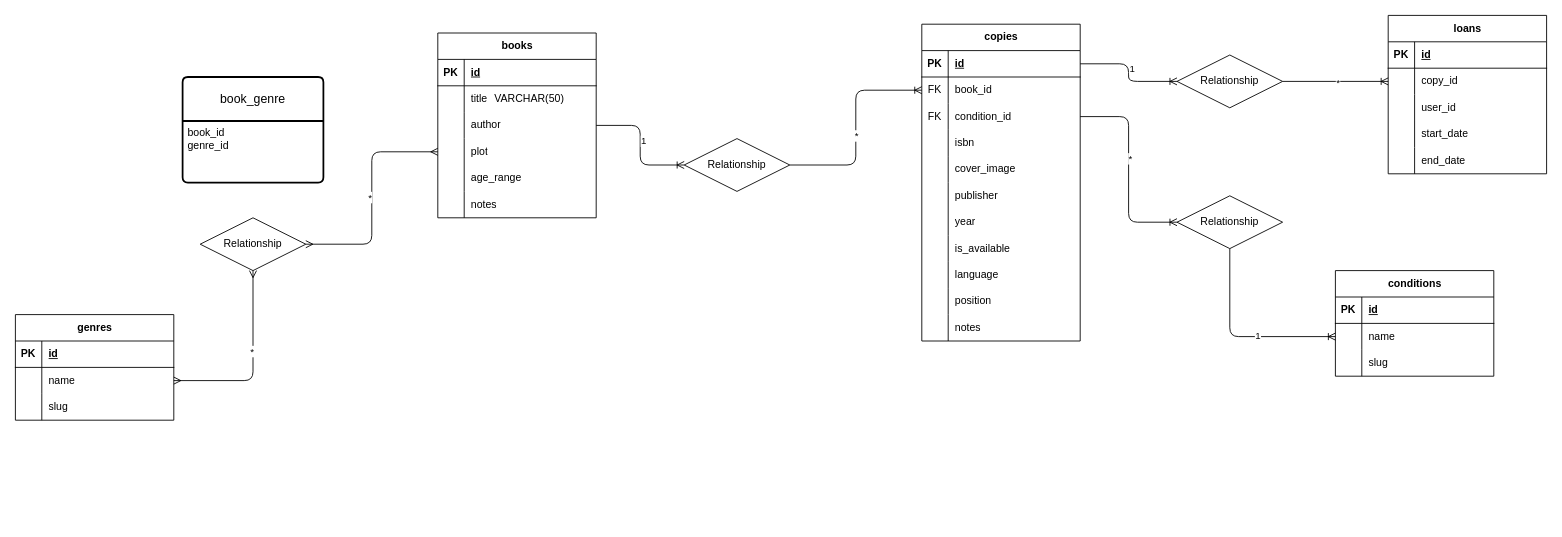
The draw.io diagram schema.drawio in Gianluca-Loddo/Draw.io, before the edit. Source tidied: cells renumbered, new cells numbered last; positions are measured from the earlier drawing's top-left corner, leaving out a move shared by most shapes. Both pictures are drawn from the tidied source at 88%, with x=0, y=0 at pixel (15, 15).
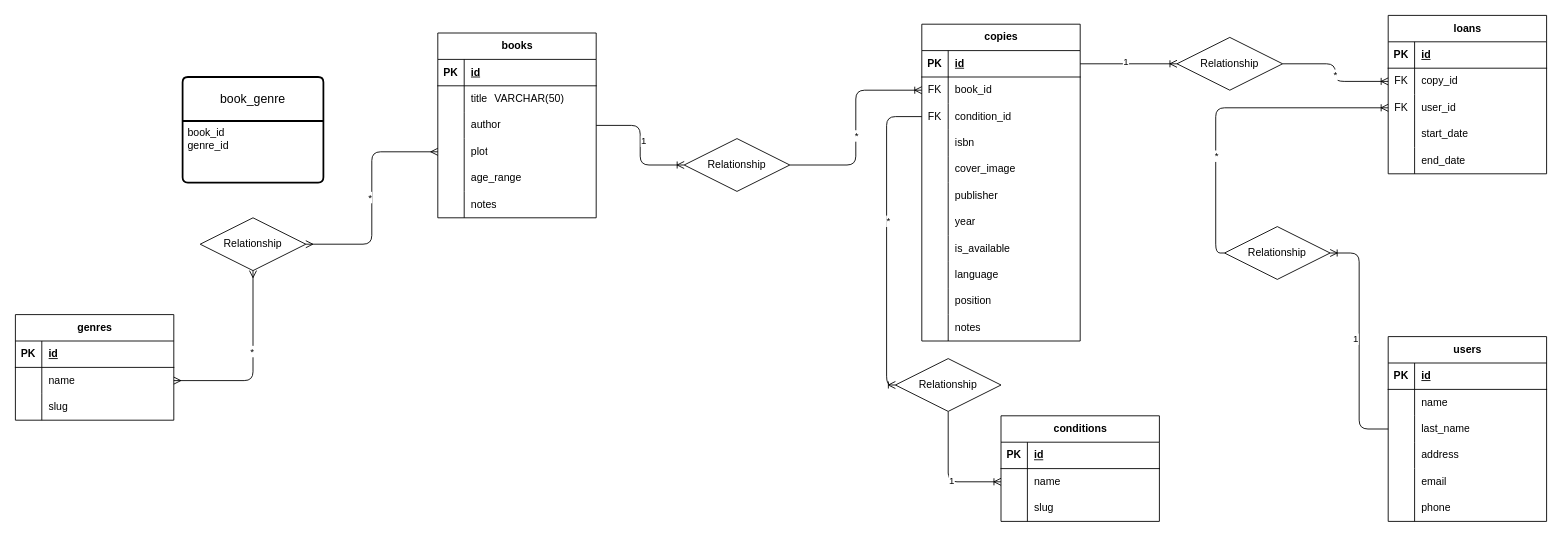
The same diagram, later.

Commit message:
conclusion of the scheme

The change refers to these unchanged cells:
```xml
<mxCell id="81" style="shape=tableRow;horizontal=0;startSize=0;swimlaneHead=0;swimlaneBody=0;fillColor=none;points=[[0,0.5],[1,0.5]];portConstraint=eastwest;top=0;left=0;right=0;bottom=0;" parent="77" vertex="1">
  <mxGeometry y="60" width="180" height="30" as="geometry" />
</mxCell>
<mxCell id="84" style="shape=tableRow;horizontal=0;startSize=0;swimlaneHead=0;swimlaneBody=0;fillColor=none;points=[[0,0.5],[1,0.5]];portConstraint=eastwest;top=0;left=0;right=0;bottom=0;" parent="77" vertex="1">
  <mxGeometry y="90" width="180" height="30" as="geometry" />
</mxCell>
```

What changed in the source:
```diff
@@
-    <mxCell id="82" style="shape=partialRectangle;fillColor=none;top=0;left=0;bottom=0;right=0;overflow=hidden;whiteSpace=wrap;html=1;" parent="81" vertex="1">
+    <mxCell id="82" value="FK" style="shape=partialRectangle;fillColor=none;top=0;left=0;bottom=0;right=0;overflow=hidden;whiteSpace=wrap;html=1;" parent="81" vertex="1">
       <mxGeometry width="30" height="30" as="geometry" />
     </mxCell>
@@
-    <mxCell id="85" style="shape=partialRectangle;fillColor=none;top=0;left=0;bottom=0;right=0;overflow=hidden;whiteSpace=wrap;html=1;" parent="84" vertex="1">
+    <mxCell id="85" value="FK" style="shape=partialRectangle;fillColor=none;top=0;left=0;bottom=0;right=0;overflow=hidden;whiteSpace=wrap;html=1;" parent="84" vertex="1">
       <mxGeometry width="30" height="30" as="geometry" />
     </mxCell>
@@
     <mxCell id="97" value="Relationship" style="shape=rhombus;perimeter=rhombusPerimeter;whiteSpace=wrap;html=1;align=center;" parent="1" vertex="1">
-      <mxGeometry x="1320" y="45" width="120" height="60" as="geometry" />
+      <mxGeometry x="1320" y="25" width="120" height="60" as="geometry" />
     </mxCell>
     <mxCell id="98" value="conditions" style="shape=table;startSize=30;childLayout=tableLayout;rowLines=0;fontStyle=1;align=center;html=1;" parent="1" vertex="1">
-      <mxGeometry x="1500" y="290" width="180" height="120" as="geometry" />
+      <mxGeometry x="1120" y="455" width="180" height="120" as="geometry" />
     </mxCell>
@@
     <mxCell id="112" value="Relationship" style="shape=rhombus;perimeter=rhombusPerimeter;whiteSpace=wrap;html=1;align=center;" parent="1" vertex="1">
-      <mxGeometry x="1320" y="205" width="120" height="60" as="geometry" />
+      <mxGeometry x="1000" y="390" width="120" height="60" as="geometry" />
     </mxCell>
+    <mxCell id="113" value="users" style="shape=table;startSize=30;childLayout=tableLayout;rowLines=0;fontStyle=1;align=center;html=1;" parent="1" vertex="1">
+      <mxGeometry x="1560" y="365" width="180" height="210" as="geometry" />
+    </mxCell>
+    <mxCell id="114" style="shape=tableRow;horizontal=0;startSize=0;swimlaneHead=0;swimlaneBody=0;fillColor=none;top=0;left=0;right=0;bottom=1;" parent="113" vertex="1">
+      <mxGeometry y="30" width="180" height="30" as="geometry" />
+    </mxCell>
+    <mxCell id="115" value="PK" style="shape=partialRectangle;fillColor=none;top=0;left=0;bottom=0;right=0;fontStyle=1;overflow=hidden;whiteSpace=wrap;html=1;" parent="114" vertex="1">
+      <mxGeometry width="30" height="30" as="geometry" />
+    </mxCell>
+    <mxCell id="116" value="id" style="shape=partialRectangle;fillColor=none;top=0;left=0;bottom=0;right=0;align=left;spacingLeft=6;fontStyle=5;overflow=hidden;whiteSpace=wrap;html=1;" parent="114" vertex="1">
+      <mxGeometry x="30" width="150" height="30" as="geometry" />
+    </mxCell>
+    <mxCell id="117" style="shape=tableRow;horizontal=0;startSize=0;swimlaneHead=0;swimlaneBody=0;fillColor=none;top=0;left=0;right=0;bottom=0;" parent="113" vertex="1">
+      <mxGeometry y="60" width="180" height="30" as="geometry" />
+    </mxCell>
+    <mxCell id="118" style="shape=partialRectangle;fillColor=none;top=0;left=0;bottom=0;right=0;overflow=hidden;whiteSpace=wrap;html=1;" parent="117" vertex="1">
+      <mxGeometry width="30" height="30" as="geometry" />
+    </mxCell>
+    <mxCell id="119" value="name" style="shape=partialRectangle;fillColor=none;top=0;left=0;bottom=0;right=0;align=left;spacingLeft=6;overflow=hidden;whiteSpace=wrap;html=1;" parent="117" vertex="1">
+      <mxGeometry x="30" width="150" height="30" as="geometry" />
+    </mxCell>
+    <mxCell id="120" style="shape=tableRow;horizontal=0;startSize=0;swimlaneHead=0;swimlaneBody=0;fillColor=none;points=[[0,0.5],[1,0.5]];portConstraint=eastwest;top=0;left=0;right=0;bottom=0;" parent="113" vertex="1">
+      <mxGeometry y="90" width="180" height="30" as="geometry" />
+    </mxCell>
+    <mxCell id="121" style="shape=partialRectangle;fillColor=none;top=0;left=0;bottom=0;right=0;overflow=hidden;whiteSpace=wrap;html=1;" parent="120" vertex="1">
+      <mxGeometry width="30" height="30" as="geometry" />
+    </mxCell>
+    <mxCell id="122" value="last_name" style="shape=partialRectangle;fillColor=none;top=0;left=0;bottom=0;right=0;align=left;spacingLeft=6;overflow=hidden;whiteSpace=wrap;html=1;" parent="120" vertex="1">
+      <mxGeometry x="30" width="150" height="30" as="geometry" />
+    </mxCell>
+    <mxCell id="123" style="shape=tableRow;horizontal=0;startSize=0;swimlaneHead=0;swimlaneBody=0;fillColor=none;top=0;left=0;right=0;bottom=0;" parent="113" vertex="1">
+      <mxGeometry y="120" width="180" height="30" as="geometry" />
+    </mxCell>
+    <mxCell id="124" style="shape=partialRectangle;fillColor=none;top=0;left=0;bottom=0;right=0;overflow=hidden;whiteSpace=wrap;html=1;" parent="123" vertex="1">
+      <mxGeometry width="30" height="30" as="geometry" />
+    </mxCell>
+    <mxCell id="125" value="address" style="shape=partialRectangle;fillColor=none;top=0;left=0;bottom=0;right=0;align=left;spacingLeft=6;overflow=hidden;whiteSpace=wrap;html=1;" parent="123" vertex="1">
+      <mxGeometry x="30" width="150" height="30" as="geometry" />
+    </mxCell>
+    <mxCell id="126" style="shape=tableRow;horizontal=0;startSize=0;swimlaneHead=0;swimlaneBody=0;fillColor=none;top=0;left=0;right=0;bottom=0;" parent="113" vertex="1">
+      <mxGeometry y="150" width="180" height="30" as="geometry" />
+    </mxCell>
+    <mxCell id="127" style="shape=partialRectangle;fillColor=none;top=0;left=0;bottom=0;right=0;overflow=hidden;whiteSpace=wrap;html=1;" parent="126" vertex="1">
+      <mxGeometry width="30" height="30" as="geometry" />
+    </mxCell>
+    <mxCell id="128" value="email" style="shape=partialRectangle;fillColor=none;top=0;left=0;bottom=0;right=0;align=left;spacingLeft=6;overflow=hidden;whiteSpace=wrap;html=1;" parent="126" vertex="1">
+      <mxGeometry x="30" width="150" height="30" as="geometry" />
+    </mxCell>
+    <mxCell id="129" style="shape=tableRow;horizontal=0;startSize=0;swimlaneHead=0;swimlaneBody=0;fillColor=none;top=0;left=0;right=0;bottom=0;" parent="113" vertex="1">
+      <mxGeometry y="180" width="180" height="30" as="geometry" />
+    </mxCell>
+    <mxCell id="130" style="shape=partialRectangle;fillColor=none;top=0;left=0;bottom=0;right=0;overflow=hidden;whiteSpace=wrap;html=1;" parent="129" vertex="1">
+      <mxGeometry width="30" height="30" as="geometry" />
+    </mxCell>
+    <mxCell id="131" value="phone" style="shape=partialRectangle;fillColor=none;top=0;left=0;bottom=0;right=0;align=left;spacingLeft=6;overflow=hidden;whiteSpace=wrap;html=1;" parent="129" vertex="1">
+      <mxGeometry x="30" width="150" height="30" as="geometry" />
+    </mxCell>
+    <mxCell id="132" style="edgeStyle=orthogonalEdgeStyle;fontSize=12;html=1;endArrow=ERoneToMany;exitX=0;exitY=0.5;exitDx=0;exitDy=0;entryX=0;entryY=0.5;entryDx=0;entryDy=0;" parent="1" edge="1" source="136" target="84">
+      <mxGeometry relative="1" as="geometry" />
+    </mxCell>
+    <mxCell id="133" value="*" style="edgeLabel;html=1;align=center;verticalAlign=middle;" parent="132" vertex="1">
+      <mxGeometry x="-0.35" relative="1" as="geometry" />
+    </mxCell>
+    <mxCell id="134" style="edgeStyle=orthogonalEdgeStyle;fontSize=12;html=1;endArrow=ERoneToMany;exitX=0;exitY=0.5;exitDx=0;exitDy=0;entryX=1;entryY=0.5;entryDx=0;entryDy=0;" parent="1" edge="1" source="120" target="136">
+      <mxGeometry relative="1" as="geometry" />
+    </mxCell>
+    <mxCell id="135" value="1" style="edgeLabel;html=1;align=center;verticalAlign=middle;" parent="134" vertex="1">
+      <mxGeometry x="0.02" y="5" relative="1" as="geometry" />
+    </mxCell>
+    <mxCell id="136" value="Relationship" style="shape=rhombus;perimeter=rhombusPerimeter;whiteSpace=wrap;html=1;align=center;" parent="1" vertex="1">
+      <mxGeometry x="1374" y="240" width="120" height="60" as="geometry" />
+    </mxCell>
```
